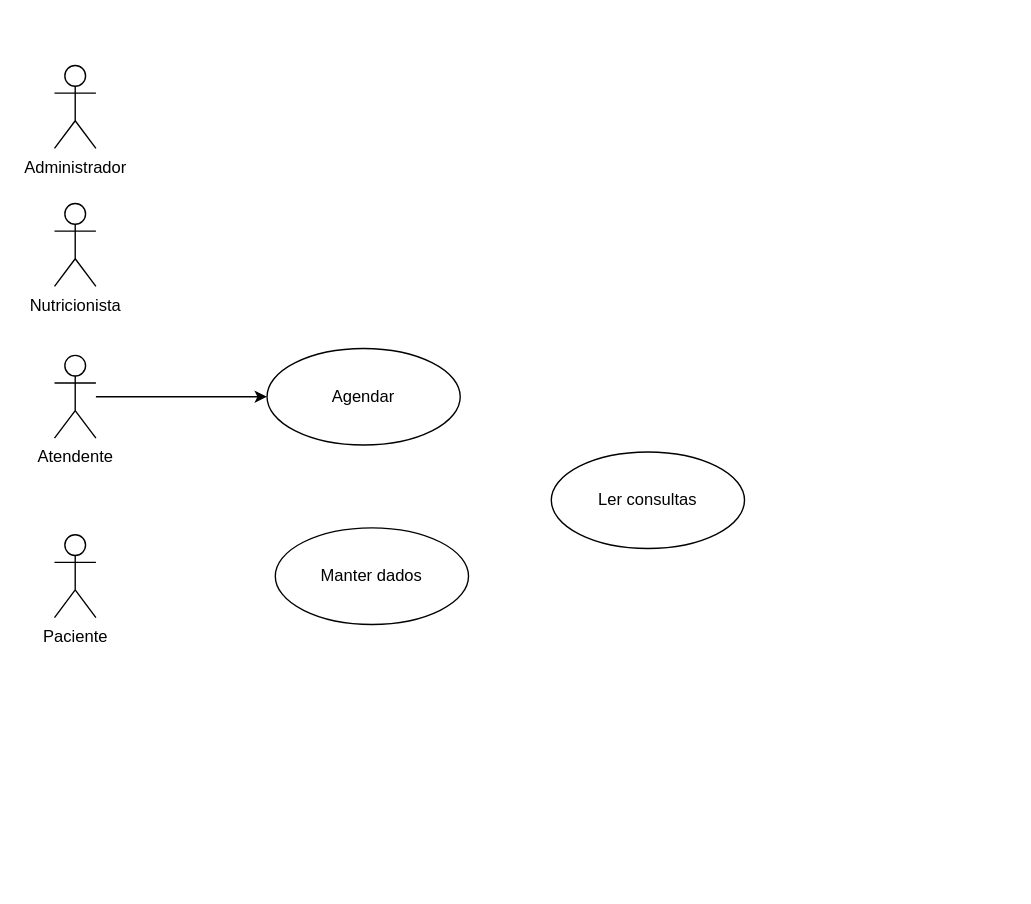
Above: controle nutricional.drawio in charleslana/start_nodejs (draw.io), before the change. Source tidied: cells renumbered, new cells numbered last; positions are measured from the earlier drawing's top-left corner, leaving out a move shared by most shapes. Both pictures are drawn from the tidied source at 138%, with x=0, y=0 at pixel (54, 65).
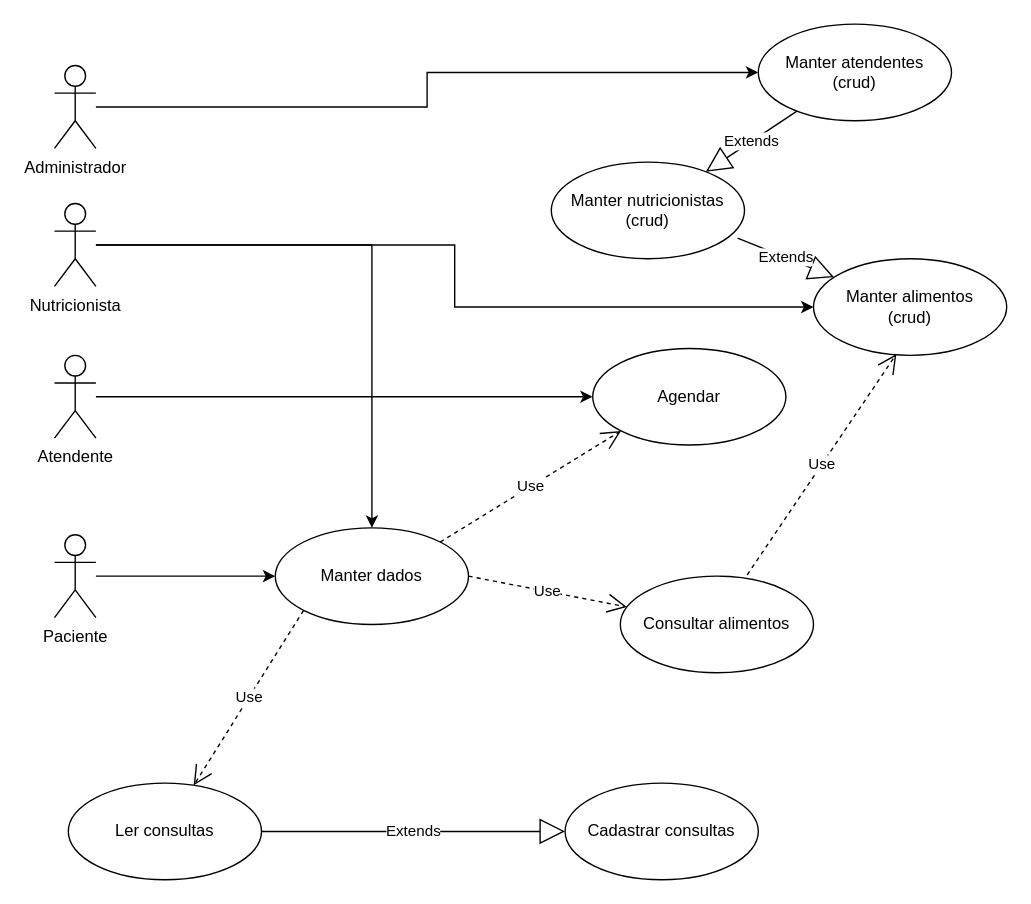
After the change.

The change refers to these unchanged cells:
```xml
<mxCell id="2" value="Administrador" style="shape=umlActor;verticalLabelPosition=bottom;verticalAlign=top;html=1;" parent="1" vertex="1">
  <mxGeometry width="30" height="60" as="geometry" />
</mxCell>
<mxCell id="5" value="Nutricionista" style="shape=umlActor;verticalLabelPosition=bottom;verticalAlign=top;html=1;" parent="1" vertex="1">
  <mxGeometry y="100" width="30" height="60" as="geometry" />
</mxCell>
<mxCell id="6" value="Paciente" style="shape=umlActor;verticalLabelPosition=bottom;verticalAlign=top;html=1;" parent="1" vertex="1">
  <mxGeometry y="340" width="30" height="60" as="geometry" />
</mxCell>
<mxCell id="7" value="Manter dados" style="ellipse;whiteSpace=wrap;html=1;" parent="1" vertex="1">
  <mxGeometry x="160" y="335" width="140" height="70" as="geometry" />
</mxCell>
```

The edit, as a diff of the source:
```diff
@@
+    <mxCell id="10" style="edgeStyle=orthogonalEdgeStyle;rounded=0;jettySize=auto;html=1;entryX=0;entryY=0.5;entryDx=0;entryDy=0;" parent="1" edge="1" source="2" target="19">
+      <mxGeometry relative="1" as="geometry" />
+    </mxCell>
@@
+    <mxCell id="11" style="edgeStyle=orthogonalEdgeStyle;rounded=0;jettySize=auto;html=1;entryX=0.5;entryY=0;entryDx=0;entryDy=0;" parent="1" edge="1" source="5" target="7">
+      <mxGeometry relative="1" as="geometry" />
+    </mxCell>
+    <mxCell id="12" style="edgeStyle=orthogonalEdgeStyle;rounded=0;jettySize=auto;html=1;" parent="1" edge="1" source="5" target="21">
+      <mxGeometry relative="1" as="geometry" />
+    </mxCell>
@@
+    <mxCell id="13" style="edgeStyle=orthogonalEdgeStyle;rounded=0;jettySize=auto;html=1;entryX=0;entryY=0.5;entryDx=0;entryDy=0;" parent="1" edge="1" source="6" target="7">
+      <mxGeometry relative="1" as="geometry" />
+    </mxCell>
@@
     <mxCell id="8" value="Agendar" style="ellipse;whiteSpace=wrap;html=1;" parent="1" vertex="1">
-      <mxGeometry x="154" y="205" width="140" height="70" as="geometry" />
+      <mxGeometry x="390" y="205" width="140" height="70" as="geometry" />
     </mxCell>
     <mxCell id="9" value="Ler consultas" style="ellipse;whiteSpace=wrap;html=1;" parent="1" vertex="1">
-      <mxGeometry x="360" y="280" width="140" height="70" as="geometry" />
+      <mxGeometry x="10" y="520" width="140" height="70" as="geometry" />
     </mxCell>
+    <mxCell id="14" value="Consultar alimentos" style="ellipse;whiteSpace=wrap;html=1;" parent="1" vertex="1">
+      <mxGeometry x="410" y="370" width="140" height="70" as="geometry" />
+    </mxCell>
+    <mxCell id="15" value="Use" style="endArrow=open;endSize=12;dashed=1;html=1;exitX=1;exitY=0.5;exitDx=0;exitDy=0;" parent="1" edge="1" source="7" target="14">
+      <mxGeometry relative="1" as="geometry" />
+    </mxCell>
+    <mxCell id="16" value="Cadastrar consultas" style="ellipse;whiteSpace=wrap;html=1;" parent="1" vertex="1">
+      <mxGeometry x="370" y="520" width="140" height="70" as="geometry" />
+    </mxCell>
+    <mxCell id="17" value="Extends" style="endArrow=block;endSize=16;endFill=0;html=1;exitX=1;exitY=0.5;exitDx=0;exitDy=0;" parent="1" edge="1" source="9" target="16">
+      <mxGeometry relative="1" as="geometry" />
+    </mxCell>
+    <mxCell id="18" value="Use" style="endArrow=open;endSize=12;dashed=1;html=1;exitX=0;exitY=1;exitDx=0;exitDy=0;" parent="1" edge="1" source="7" target="9">
+      <mxGeometry relative="1" as="geometry" />
+    </mxCell>
+    <mxCell id="19" value="Manter atendentes&lt;br&gt;(crud)" style="ellipse;whiteSpace=wrap;html=1;" parent="1" vertex="1">
+      <mxGeometry x="510" y="-30" width="140" height="70" as="geometry" />
+    </mxCell>
+    <mxCell id="20" value="Manter nutricionistas&lt;br&gt;(crud)" style="ellipse;whiteSpace=wrap;html=1;" parent="1" vertex="1">
+      <mxGeometry x="360" y="70" width="140" height="70" as="geometry" />
+    </mxCell>
+    <mxCell id="21" value="Manter alimentos&lt;br&gt;(crud)" style="ellipse;whiteSpace=wrap;html=1;" parent="1" vertex="1">
+      <mxGeometry x="550" y="140" width="140" height="70" as="geometry" />
+    </mxCell>
+    <mxCell id="22" value="Extends" style="endArrow=block;endSize=16;endFill=0;html=1;" parent="1" edge="1" source="19" target="20">
+      <mxGeometry relative="1" as="geometry" />
+    </mxCell>
+    <mxCell id="23" value="Extends" style="endArrow=block;endSize=16;endFill=0;html=1;exitX=0.964;exitY=0.786;exitDx=0;exitDy=0;exitPerimeter=0;" parent="1" edge="1" source="20" target="21">
+      <mxGeometry relative="1" as="geometry" />
+    </mxCell>
+    <mxCell id="24" value="Use" style="endArrow=open;endSize=12;dashed=1;html=1;exitX=0.657;exitY=-0.014;exitDx=0;exitDy=0;exitPerimeter=0;entryX=0.429;entryY=0.986;entryDx=0;entryDy=0;entryPerimeter=0;" parent="1" edge="1" source="14" target="21">
+      <mxGeometry relative="1" as="geometry" />
+    </mxCell>
+    <mxCell id="25" value="Use" style="endArrow=open;endSize=12;dashed=1;html=1;exitX=1;exitY=0;exitDx=0;exitDy=0;entryX=0;entryY=1;entryDx=0;entryDy=0;" parent="1" edge="1" source="7" target="8">
+      <mxGeometry relative="1" as="geometry" />
+    </mxCell>
```
